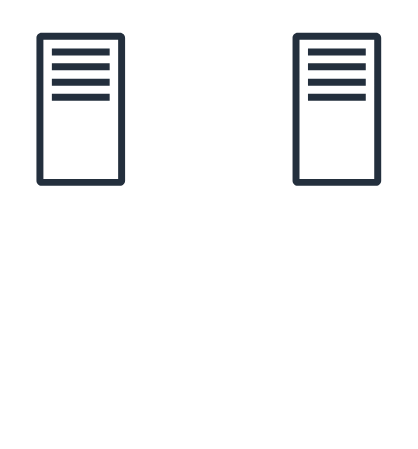
Before: Untitled Diagram.drawio in qyryceclay-cmd/Active_Directory_Map, a draw.io diagram. Source tidied: cells renumbered, new cells numbered last; positions are measured from the earlier drawing's top-left corner, leaving out a move shared by most shapes. Both pictures are drawn from the tidied source at 197%, with x=0, y=0 at pixel (35, 32).
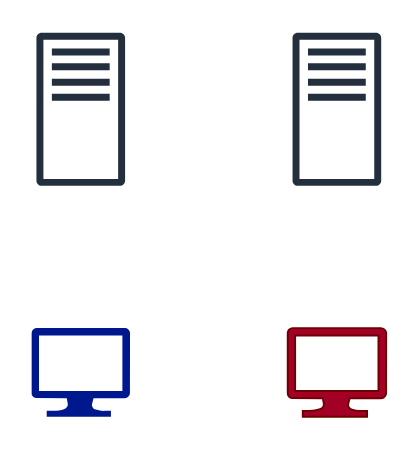
The same page after the edit.

The edit, as a diff of the source:
```diff
@@
 <mxGraphModel>
   <root>
     <mxCell id="0" />
     <mxCell id="1" parent="0" />
     <mxCell id="2" style="sketch=0;fontColor=#232F3E;gradientColor=none;fillColor=#232F3D;strokeColor=none;dashed=0;verticalLabelPosition=bottom;verticalAlign=top;align=center;html=1;fontSize=12;fontStyle=0;shape=mxgraph.aws4.traditional_server;" parent="1" vertex="1">
       <mxGeometry width="45" height="78" as="geometry" />
     </mxCell>
     <mxCell id="3" style="sketch=0;fontColor=#232F3E;gradientColor=none;fillColor=#232F3D;strokeColor=none;dashed=0;verticalLabelPosition=bottom;verticalAlign=top;align=center;html=1;fontSize=12;fontStyle=0;shape=mxgraph.aws4.traditional_server;" parent="1" vertex="1">
       <mxGeometry x="130" width="45" height="78" as="geometry" />
     </mxCell>
+    <mxCell id="4" style="sketch=0;shadow=0;dashed=0;html=1;strokeColor=none;labelPosition=center;verticalLabelPosition=bottom;verticalAlign=top;align=center;fillColor=#00188D;shape=mxgraph.azure.computer;" parent="1" vertex="1">
+      <mxGeometry x="-2.5" y="150" width="50" height="45" as="geometry" />
+    </mxCell>
+    <mxCell id="5" style="sketch=0;shadow=0;dashed=0;html=1;strokeColor=#6F0000;labelPosition=center;verticalLabelPosition=bottom;verticalAlign=top;align=center;fillColor=#a20025;shape=mxgraph.azure.computer;fontColor=#ffffff;" parent="1" vertex="1">
+      <mxGeometry x="127.5" y="150" width="50" height="45" as="geometry" />
+    </mxCell>
   </root>
 </mxGraphModel>
```
